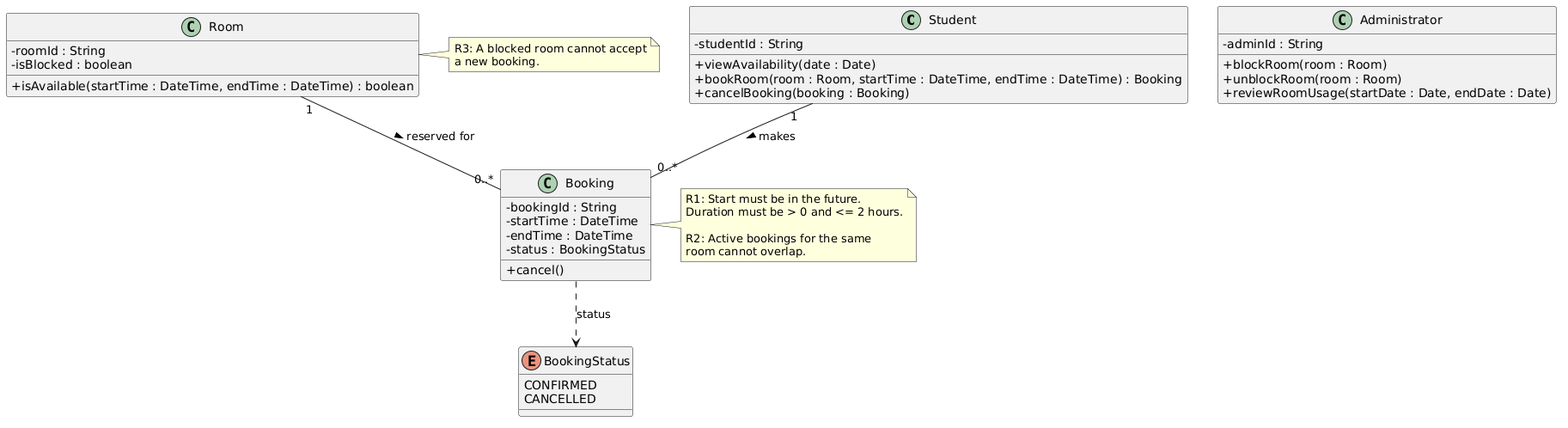
Above: week-04/models/img/class.png in impflaus/se-practice (PlantUML), before the change. Its source is kept beside it as week-04/models/class.puml.
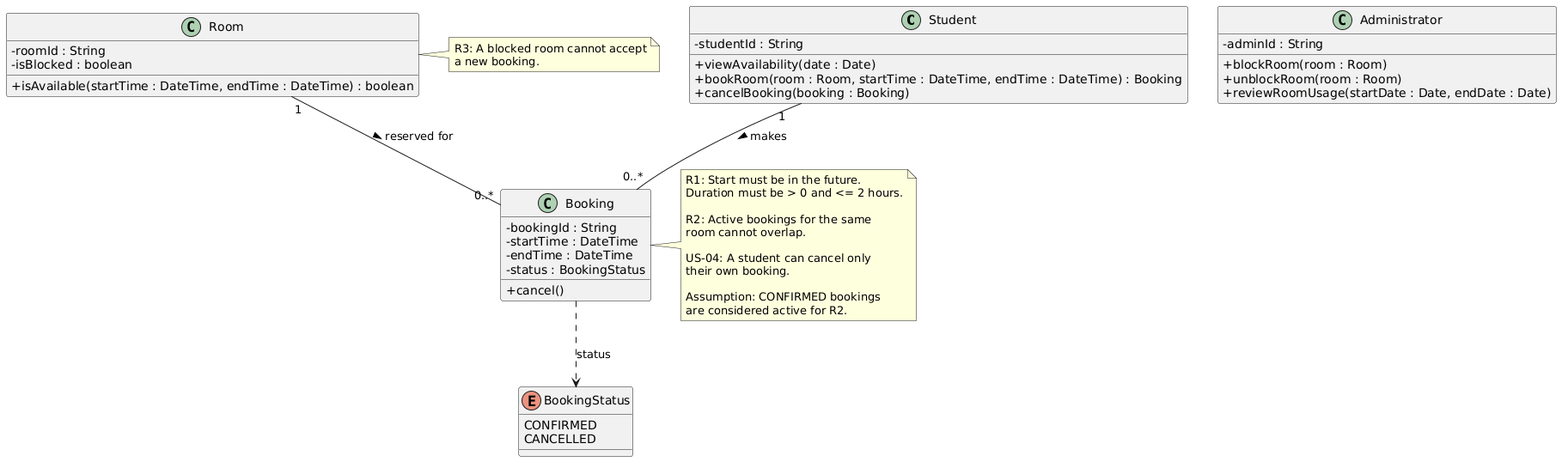
Later version of the same file.

Diff of the diagram source:
```diff
@@ -37,7 +37,6 @@
 Student "1" -- "0..*" Booking : makes >
 Room "1" -- "0..*" Booking : reserved for >
 
-Booking ..> BookingStatus : status
 
 note right of Booking
   R1: Start must be in the future.
@@ -45,6 +44,12 @@
 
   R2: Active bookings for the same
   room cannot overlap.
+
+  US-04: A student can cancel only
+  their own booking.
+
+  Assumption: CONFIRMED bookings
+  are considered active for R2.
 end note
 
 note right of Room
```
